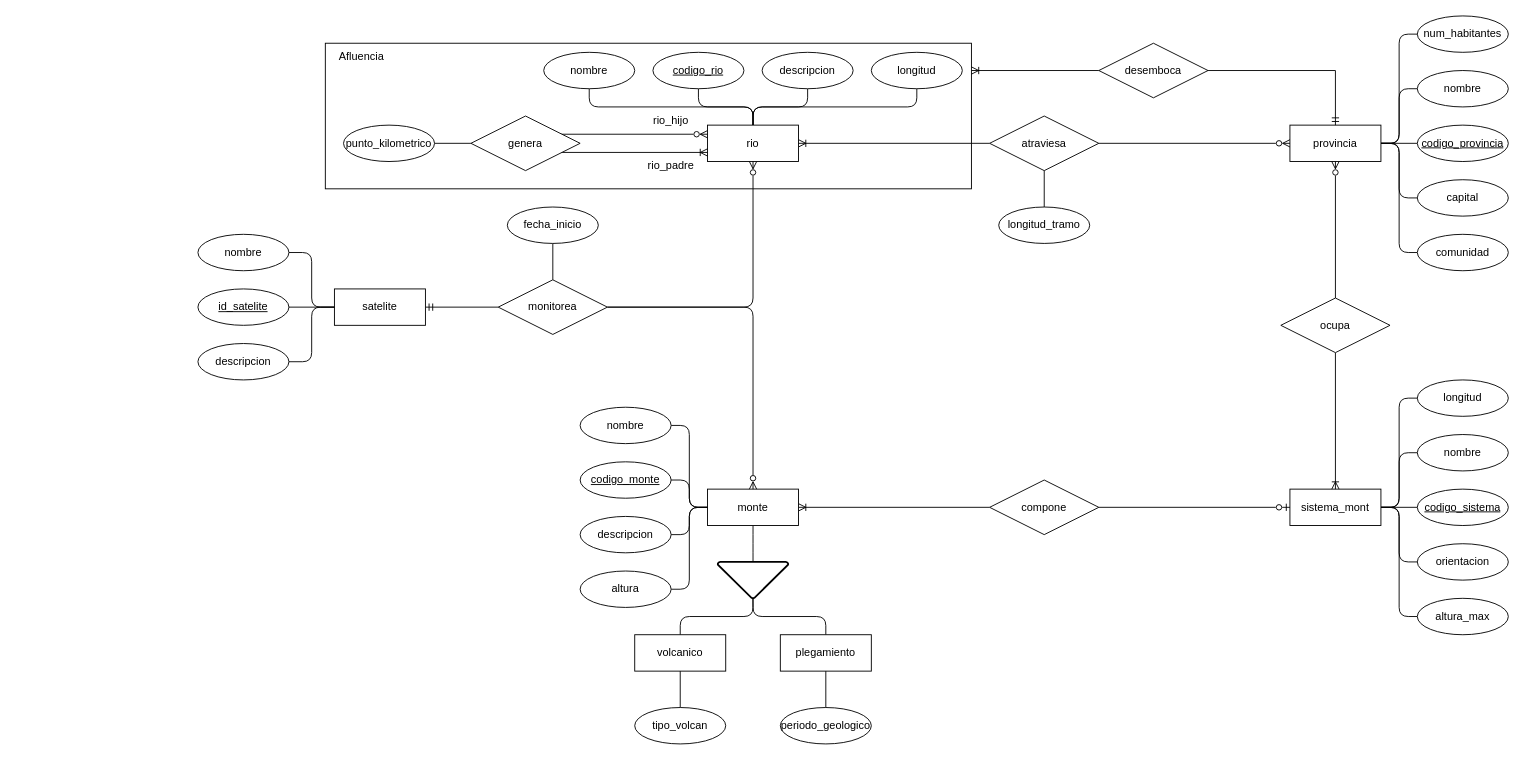
The draw.io diagram Activity-2.9.drawio in xmr-p/DatabaseCharts, before the edit. Source tidied: cells renumbered, new cells numbered last; positions are measured from the earlier drawing's top-left corner, leaving out a move shared by most shapes. Both pictures are drawn from the tidied source at 91%, with x=0, y=0 at pixel (197, 15).
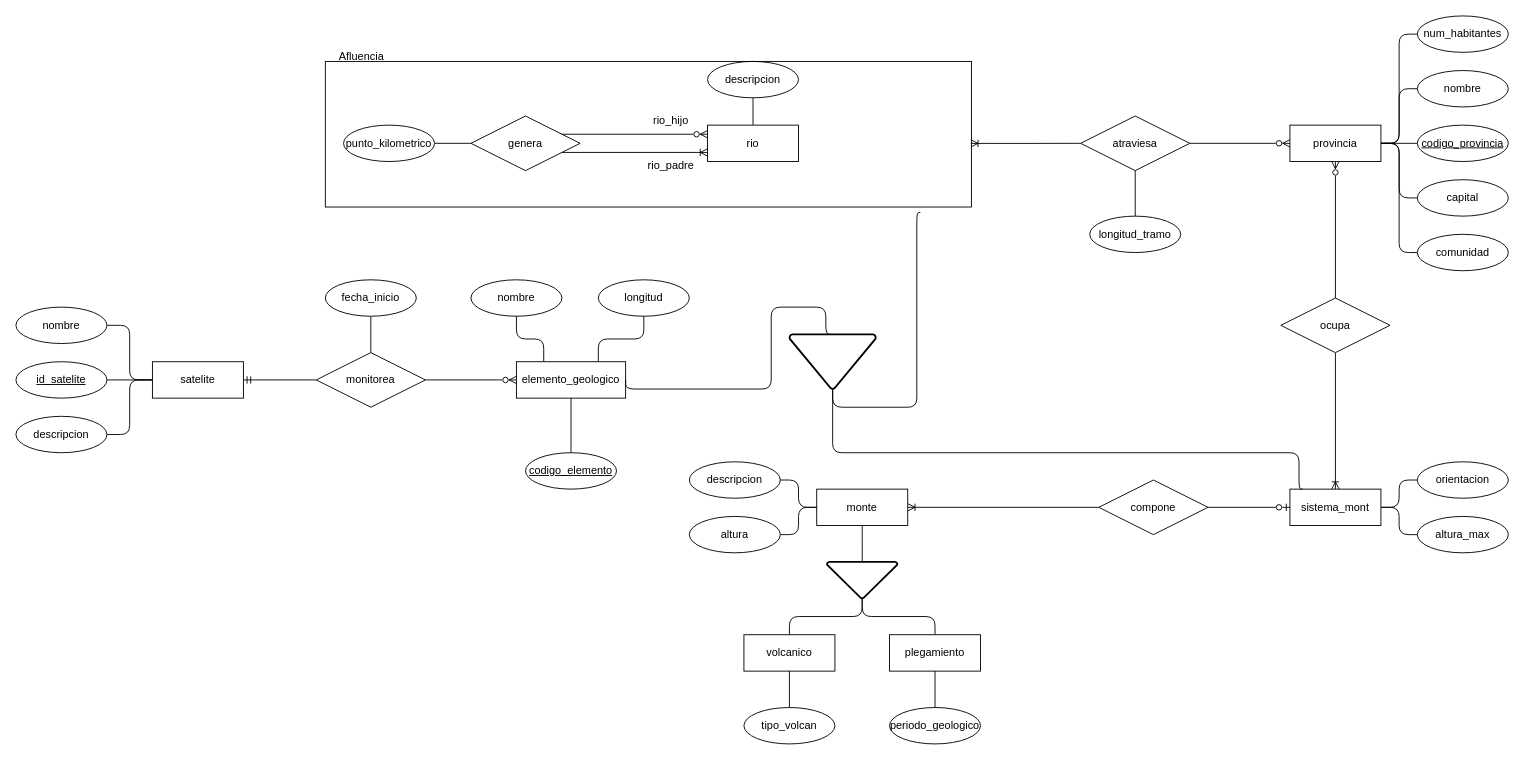
After the change.

Unchanged cells that the change refers to:
```xml
<mxCell id="7" value="sistema_mont" style="whiteSpace=wrap;html=1;align=center;" parent="1" vertex="1">
  <mxGeometry x="1200" y="520" width="100" height="40" as="geometry" />
</mxCell>
<mxCell id="16" value="provincia" style="whiteSpace=wrap;html=1;align=center;" parent="1" vertex="1">
  <mxGeometry x="1200" y="120" width="100" height="40" as="geometry" />
</mxCell>
<mxCell id="22" value="rio" style="whiteSpace=wrap;html=1;align=center;" parent="1" vertex="1">
  <mxGeometry x="560" y="120" width="100" height="40" as="geometry" />
</mxCell>
```

What changed in the source:
```diff
@@
-    <mxCell id="2" style="edgeStyle=orthogonalEdgeStyle;rounded=1;jettySize=auto;html=1;exitX=1;exitY=0.5;exitDx=0;exitDy=0;entryX=0;entryY=0.5;entryDx=0;entryDy=0;curved=0;endArrow=none;endFill=0;" parent="1" edge="1" source="7" target="42">
-      <mxGeometry relative="1" as="geometry" />
-    </mxCell>
-    <mxCell id="3" style="edgeStyle=orthogonalEdgeStyle;rounded=1;jettySize=auto;html=1;exitX=1;exitY=0.5;exitDx=0;exitDy=0;entryX=0;entryY=0.5;entryDx=0;entryDy=0;curved=0;endArrow=none;endFill=0;" parent="1" edge="1" source="7" target="40">
-      <mxGeometry relative="1" as="geometry" />
-    </mxCell>
-    <mxCell id="4" style="edgeStyle=orthogonalEdgeStyle;rounded=1;jettySize=auto;html=1;exitX=1;exitY=0.5;exitDx=0;exitDy=0;entryX=0;entryY=0.5;entryDx=0;entryDy=0;curved=0;endArrow=none;endFill=0;" parent="1" edge="1" source="7" target="38">
-      <mxGeometry relative="1" as="geometry" />
-    </mxCell>
@@
     <mxCell id="10" value="monte" style="whiteSpace=wrap;html=1;align=center;" parent="1" vertex="1">
-      <mxGeometry x="560" y="520" width="100" height="40" as="geometry" />
+      <mxGeometry x="680" y="520" width="100" height="40" as="geometry" />
     </mxCell>
@@
-    <mxCell id="17" style="edgeStyle=orthogonalEdgeStyle;rounded=1;jettySize=auto;html=1;exitX=0.5;exitY=0;exitDx=0;exitDy=0;entryX=0.5;entryY=1;entryDx=0;entryDy=0;curved=0;endArrow=none;endFill=0;" parent="1" edge="1" source="22" target="24">
-      <mxGeometry relative="1" as="geometry" />
-    </mxCell>
-    <mxCell id="18" style="edgeStyle=orthogonalEdgeStyle;rounded=1;jettySize=auto;html=1;exitX=0.5;exitY=0;exitDx=0;exitDy=0;entryX=0.5;entryY=1;entryDx=0;entryDy=0;curved=0;endArrow=none;endFill=0;" parent="1" edge="1" source="22" target="23">
-      <mxGeometry relative="1" as="geometry" />
-    </mxCell>
@@
-    <mxCell id="20" style="edgeStyle=orthogonalEdgeStyle;rounded=1;jettySize=auto;html=1;exitX=0.5;exitY=0;exitDx=0;exitDy=0;entryX=0.5;entryY=1;entryDx=0;entryDy=0;curved=0;endArrow=none;endFill=0;" parent="1" edge="1" source="22" target="26">
-      <mxGeometry relative="1" as="geometry" />
-    </mxCell>
-    <mxCell id="21" style="edgeStyle=orthogonalEdgeStyle;rounded=1;jettySize=auto;html=1;exitX=1;exitY=0.5;exitDx=0;exitDy=0;entryX=0;entryY=0.5;entryDx=0;entryDy=0;curved=0;endArrow=none;endFill=0;startArrow=ERoneToMany;startFill=0;" parent="1" edge="1" source="22" target="29">
+    <mxCell id="21" style="edgeStyle=orthogonalEdgeStyle;rounded=1;jettySize=auto;html=1;exitX=0.999;exitY=0.563;exitDx=0;exitDy=0;entryX=0;entryY=0.5;entryDx=0;entryDy=0;curved=0;endArrow=none;endFill=0;startArrow=ERoneToMany;startFill=0;exitPerimeter=0;" parent="1" edge="1" source="83" target="29">
       <mxGeometry relative="1" as="geometry" />
     </mxCell>
@@
-    <mxCell id="23" value="codigo_rio" style="ellipse;whiteSpace=wrap;html=1;align=center;fontStyle=4;" parent="1" vertex="1">
-      <mxGeometry x="500" y="40" width="100" height="40" as="geometry" />
-    </mxCell>
     <mxCell id="24" value="nombre" style="ellipse;whiteSpace=wrap;html=1;align=center;" parent="1" vertex="1">
-      <mxGeometry x="380" y="40" width="100" height="40" as="geometry" />
+      <mxGeometry x="300" y="290" width="100" height="40" as="geometry" />
     </mxCell>
     <mxCell id="25" value="descripcion" style="ellipse;whiteSpace=wrap;html=1;align=center;" parent="1" vertex="1">
-      <mxGeometry x="620" y="40" width="100" height="40" as="geometry" />
+      <mxGeometry x="560" y="50" width="100" height="40" as="geometry" />
     </mxCell>
     <mxCell id="26" value="longitud" style="ellipse;whiteSpace=wrap;html=1;align=center;" parent="1" vertex="1">
-      <mxGeometry x="740" y="40" width="100" height="40" as="geometry" />
+      <mxGeometry x="440" y="290" width="100" height="40" as="geometry" />
     </mxCell>
     <mxCell id="27" style="edgeStyle=orthogonalEdgeStyle;rounded=1;jettySize=auto;html=1;exitX=1;exitY=0.5;exitDx=0;exitDy=0;entryX=0;entryY=0.5;entryDx=0;entryDy=0;curved=0;endArrow=ERzeroToMany;endFill=0;" parent="1" edge="1" source="29" target="16">
-      <mxGeometry relative="1" as="geometry" />
+      <mxGeometry relative="1" as="geometry">
+        <Array as="points">
+          <mxPoint x="1100" y="140" />
+          <mxPoint x="1100" y="140" />
+        </Array>
+      </mxGeometry>
     </mxCell>
@@
     <mxCell id="29" value="atraviesa" style="shape=rhombus;perimeter=rhombusPerimeter;whiteSpace=wrap;html=1;align=center;" parent="1" vertex="1">
-      <mxGeometry x="870" y="110" width="120" height="60" as="geometry" />
+      <mxGeometry x="970" y="110" width="120" height="60" as="geometry" />
     </mxCell>
@@
     <mxCell id="31" value="longitud_tramo" style="ellipse;whiteSpace=wrap;html=1;align=center;" parent="1" vertex="1">
-      <mxGeometry x="880" y="210" width="100" height="40" as="geometry" />
+      <mxGeometry x="980" y="220" width="100" height="40" as="geometry" />
     </mxCell>
@@
     <mxCell id="37" value="compone" style="shape=rhombus;perimeter=rhombusPerimeter;whiteSpace=wrap;html=1;align=center;" parent="1" vertex="1">
-      <mxGeometry x="870" y="510" width="120" height="60" as="geometry" />
+      <mxGeometry x="990" y="510" width="120" height="60" as="geometry" />
     </mxCell>
-    <mxCell id="38" value="codigo_sistema" style="ellipse;whiteSpace=wrap;html=1;align=center;fontStyle=4;" parent="1" vertex="1">
-      <mxGeometry x="1340" y="520" width="100" height="40" as="geometry" />
-    </mxCell>
     <mxCell id="39" value="orientacion" style="ellipse;whiteSpace=wrap;html=1;align=center;" parent="1" vertex="1">
-      <mxGeometry x="1340" y="580" width="100" height="40" as="geometry" />
+      <mxGeometry x="1340" y="490" width="100" height="40" as="geometry" />
     </mxCell>
-    <mxCell id="40" value="nombre" style="ellipse;whiteSpace=wrap;html=1;align=center;" parent="1" vertex="1">
-      <mxGeometry x="1340" y="460" width="100" height="40" as="geometry" />
-    </mxCell>
     <mxCell id="41" value="altura_max" style="ellipse;whiteSpace=wrap;html=1;align=center;" parent="1" vertex="1">
-      <mxGeometry x="1340" y="640" width="100" height="40" as="geometry" />
+      <mxGeometry x="1340" y="550" width="100" height="40" as="geometry" />
     </mxCell>
-    <mxCell id="42" value="longitud" style="ellipse;whiteSpace=wrap;html=1;align=center;" parent="1" vertex="1">
-      <mxGeometry x="1340" y="400" width="100" height="40" as="geometry" />
-    </mxCell>
@@
     <mxCell id="44" value="satelite" style="whiteSpace=wrap;html=1;align=center;" parent="1" vertex="1">
-      <mxGeometry x="150" y="300" width="100" height="40" as="geometry" />
+      <mxGeometry x="-50" y="380" width="100" height="40" as="geometry" />
     </mxCell>
-    <mxCell id="45" style="edgeStyle=orthogonalEdgeStyle;rounded=1;jettySize=auto;html=1;exitX=1;exitY=0.5;exitDx=0;exitDy=0;entryX=0.5;entryY=1;entryDx=0;entryDy=0;curved=0;endArrow=ERzeroToMany;endFill=0;" parent="1" edge="1" source="48" target="22">
-      <mxGeometry relative="1" as="geometry" />
-    </mxCell>
-    <mxCell id="46" style="edgeStyle=orthogonalEdgeStyle;rounded=1;jettySize=auto;html=1;exitX=1;exitY=0.5;exitDx=0;exitDy=0;entryX=0.5;entryY=0;entryDx=0;entryDy=0;curved=0;endArrow=ERzeroToMany;endFill=0;" parent="1" edge="1" source="48" target="10">
-      <mxGeometry relative="1" as="geometry" />
-    </mxCell>
-    <mxCell id="47" style="edgeStyle=orthogonalEdgeStyle;rounded=1;jettySize=auto;html=1;exitX=0.5;exitY=0;exitDx=0;exitDy=0;entryX=0.5;entryY=1;entryDx=0;entryDy=0;curved=0;endArrow=none;endFill=0;" parent="1" edge="1" source="48" target="75">
-      <mxGeometry relative="1" as="geometry" />
-    </mxCell>
+    <mxCell id="88" style="edgeStyle=orthogonalEdgeStyle;rounded=0;jettySize=auto;html=1;exitX=1;exitY=0.5;exitDx=0;exitDy=0;entryX=0;entryY=0.5;entryDx=0;entryDy=0;endArrow=ERzeroToMany;endFill=0;" parent="1" edge="1" source="48" target="91">
+      <mxGeometry relative="1" as="geometry" />
+    </mxCell>
     <mxCell id="48" value="monitorea" style="shape=rhombus;perimeter=rhombusPerimeter;whiteSpace=wrap;html=1;align=center;" parent="1" vertex="1">
-      <mxGeometry x="330" y="290" width="120" height="60" as="geometry" />
+      <mxGeometry x="130" y="370" width="120" height="60" as="geometry" />
     </mxCell>
@@
     <mxCell id="51" style="strokeWidth=2;html=1;shape=mxgraph.flowchart.merge_or_storage;whiteSpace=wrap;" parent="1" vertex="1">
-      <mxGeometry x="571.2" y="600" width="77.5" height="40" as="geometry" />
+      <mxGeometry x="691.2" y="600" width="77.5" height="40" as="geometry" />
     </mxCell>
     <mxCell id="52" value="plegamiento" style="whiteSpace=wrap;html=1;align=center;" parent="1" vertex="1">
-      <mxGeometry x="640" y="680" width="100" height="40" as="geometry" />
+      <mxGeometry x="760" y="680" width="100" height="40" as="geometry" />
     </mxCell>
     <mxCell id="53" value="volcanico" style="whiteSpace=wrap;html=1;align=center;" parent="1" vertex="1">
-      <mxGeometry x="480" y="680" width="100" height="40" as="geometry" />
+      <mxGeometry x="600" y="680" width="100" height="40" as="geometry" />
     </mxCell>
@@
-    <mxCell id="57" style="edgeStyle=orthogonalEdgeStyle;rounded=1;jettySize=auto;html=1;exitX=1;exitY=0.5;exitDx=0;exitDy=0;entryX=0;entryY=0.5;entryDx=0;entryDy=0;curved=0;endArrow=none;endFill=0;" parent="1" edge="1" source="58" target="10">
-      <mxGeometry relative="1" as="geometry" />
-    </mxCell>
-    <mxCell id="58" value="codigo_monte" style="ellipse;whiteSpace=wrap;html=1;align=center;fontStyle=4;" parent="1" vertex="1">
-      <mxGeometry x="420" y="490" width="100" height="40" as="geometry" />
-    </mxCell>
@@
     <mxCell id="60" value="descripcion" style="ellipse;whiteSpace=wrap;html=1;align=center;" parent="1" vertex="1">
-      <mxGeometry x="420" y="550" width="100" height="40" as="geometry" />
+      <mxGeometry x="540" y="490" width="100" height="40" as="geometry" />
     </mxCell>
-    <mxCell id="61" style="edgeStyle=orthogonalEdgeStyle;rounded=1;jettySize=auto;html=1;exitX=1;exitY=0.5;exitDx=0;exitDy=0;entryX=0;entryY=0.5;entryDx=0;entryDy=0;curved=0;endArrow=none;endFill=0;" parent="1" edge="1" source="62" target="10">
-      <mxGeometry relative="1" as="geometry" />
-    </mxCell>
-    <mxCell id="62" value="nombre" style="ellipse;whiteSpace=wrap;html=1;align=center;" parent="1" vertex="1">
-      <mxGeometry x="420" y="430" width="100" height="40" as="geometry" />
-    </mxCell>
@@
     <mxCell id="64" value="altura" style="ellipse;whiteSpace=wrap;html=1;align=center;" parent="1" vertex="1">
-      <mxGeometry x="420" y="610" width="100" height="40" as="geometry" />
+      <mxGeometry x="540" y="550" width="100" height="40" as="geometry" />
     </mxCell>
@@
     <mxCell id="66" value="periodo_geologico" style="ellipse;whiteSpace=wrap;html=1;align=center;" parent="1" vertex="1">
-      <mxGeometry x="640" y="760" width="100" height="40" as="geometry" />
+      <mxGeometry x="760" y="760" width="100" height="40" as="geometry" />
     </mxCell>
@@
     <mxCell id="68" value="tipo_volcan" style="ellipse;whiteSpace=wrap;html=1;align=center;" parent="1" vertex="1">
-      <mxGeometry x="480" y="760" width="100" height="40" as="geometry" />
+      <mxGeometry x="600" y="760" width="100" height="40" as="geometry" />
     </mxCell>
@@
     <mxCell id="70" value="id_satelite" style="ellipse;whiteSpace=wrap;html=1;align=center;fontStyle=4;" parent="1" vertex="1">
-      <mxGeometry y="300" width="100" height="40" as="geometry" />
+      <mxGeometry x="-200" y="380" width="100" height="40" as="geometry" />
     </mxCell>
@@
     <mxCell id="72" value="nombre" style="ellipse;whiteSpace=wrap;html=1;align=center;" parent="1" vertex="1">
-      <mxGeometry y="240" width="100" height="40" as="geometry" />
+      <mxGeometry x="-200" y="320" width="100" height="40" as="geometry" />
     </mxCell>
@@
     <mxCell id="74" value="descripcion" style="ellipse;whiteSpace=wrap;html=1;align=center;" parent="1" vertex="1">
-      <mxGeometry y="360" width="100" height="40" as="geometry" />
+      <mxGeometry x="-200" y="440" width="100" height="40" as="geometry" />
     </mxCell>
-    <mxCell id="75" value="fecha_inicio" style="ellipse;whiteSpace=wrap;html=1;align=center;" parent="1" vertex="1">
-      <mxGeometry x="340" y="210" width="100" height="40" as="geometry" />
-    </mxCell>
@@
+    <mxCell id="84" value="Afluencia" style="text;html=1;align=center;verticalAlign=middle;whiteSpace=wrap;rounded=0;" parent="1" vertex="1">
+      <mxGeometry x="150" y="30" width="60" height="30" as="geometry" />
+    </mxCell>
+    <mxCell id="47" style="edgeStyle=orthogonalEdgeStyle;rounded=1;jettySize=auto;html=1;exitX=0.5;exitY=0;exitDx=0;exitDy=0;entryX=0.5;entryY=1;entryDx=0;entryDy=0;curved=0;endArrow=none;endFill=0;" parent="1" edge="1" source="48" target="75">
+      <mxGeometry relative="1" as="geometry" />
+    </mxCell>
+    <mxCell id="89" style="edgeStyle=orthogonalEdgeStyle;rounded=1;jettySize=auto;html=1;exitX=0.25;exitY=0;exitDx=0;exitDy=0;entryX=0.5;entryY=1;entryDx=0;entryDy=0;curved=0;endArrow=none;endFill=0;" parent="1" edge="1" source="91" target="24">
+      <mxGeometry relative="1" as="geometry" />
+    </mxCell>
+    <mxCell id="90" style="edgeStyle=orthogonalEdgeStyle;rounded=1;jettySize=auto;html=1;exitX=0.75;exitY=0;exitDx=0;exitDy=0;entryX=0.5;entryY=1;entryDx=0;entryDy=0;endArrow=none;endFill=0;curved=0;" parent="1" edge="1" source="91" target="26">
+      <mxGeometry relative="1" as="geometry" />
+    </mxCell>
+    <mxCell id="91" value="elemento_geologico" style="whiteSpace=wrap;html=1;align=center;" parent="1" vertex="1">
+      <mxGeometry x="350" y="380" width="120" height="40" as="geometry" />
+    </mxCell>
+    <mxCell id="92" style="edgeStyle=orthogonalEdgeStyle;rounded=1;jettySize=auto;html=1;entryX=1;entryY=0.5;entryDx=0;entryDy=0;curved=0;endArrow=none;endFill=0;exitX=0.5;exitY=0;exitDx=0;exitDy=0;exitPerimeter=0;" parent="1" edge="1" source="93" target="91">
+      <mxGeometry relative="1" as="geometry">
+        <Array as="points">
+          <mxPoint x="690" y="350" />
+          <mxPoint x="690" y="320" />
+          <mxPoint x="630" y="320" />
+          <mxPoint x="630" y="410" />
+          <mxPoint x="470" y="410" />
+        </Array>
+      </mxGeometry>
+    </mxCell>
+    <mxCell id="93" style="strokeWidth=2;html=1;shape=mxgraph.flowchart.merge_or_storage;whiteSpace=wrap;" parent="1" vertex="1">
+      <mxGeometry x="650" y="350" width="95" height="60" as="geometry" />
+    </mxCell>
+    <mxCell id="94" style="edgeStyle=orthogonalEdgeStyle;rounded=1;jettySize=auto;html=1;exitX=0.921;exitY=1.038;exitDx=0;exitDy=0;curved=0;endArrow=none;endFill=0;entryX=0.5;entryY=1;entryDx=0;entryDy=0;entryPerimeter=0;exitPerimeter=0;" parent="1" edge="1" source="83" target="93">
+      <mxGeometry relative="1" as="geometry">
+        <Array as="points">
+          <mxPoint x="790" y="216" />
+          <mxPoint x="790" y="430" />
+          <mxPoint x="698" y="430" />
+        </Array>
+      </mxGeometry>
+    </mxCell>
+    <mxCell id="95" style="edgeStyle=orthogonalEdgeStyle;rounded=1;jettySize=auto;html=1;exitX=0.14;exitY=0;exitDx=0;exitDy=0;curved=0;endArrow=none;endFill=0;exitPerimeter=0;entryX=0.5;entryY=1;entryDx=0;entryDy=0;entryPerimeter=0;" parent="1" edge="1" source="7" target="93">
+      <mxGeometry relative="1" as="geometry">
+        <Array as="points">
+          <mxPoint x="1210" y="520" />
+          <mxPoint x="1210" y="480" />
+          <mxPoint x="698" y="480" />
+        </Array>
+      </mxGeometry>
+    </mxCell>
+    <mxCell id="75" value="fecha_inicio" style="ellipse;whiteSpace=wrap;html=1;align=center;" parent="1" vertex="1">
+      <mxGeometry x="140" y="290" width="100" height="40" as="geometry" />
+    </mxCell>
+    <mxCell id="96" style="edgeStyle=orthogonalEdgeStyle;rounded=1;jettySize=auto;html=1;exitX=0.5;exitY=0;exitDx=0;exitDy=0;entryX=0.5;entryY=1;entryDx=0;entryDy=0;curved=0;endArrow=none;endFill=0;" parent="1" edge="1" source="97" target="91">
+      <mxGeometry relative="1" as="geometry" />
+    </mxCell>
+    <mxCell id="97" value="codigo_elemento" style="ellipse;whiteSpace=wrap;html=1;align=center;fontStyle=4;" parent="1" vertex="1">
+      <mxGeometry x="360" y="480" width="100" height="40" as="geometry" />
+    </mxCell>
     <mxCell id="83" style="rounded=0;whiteSpace=wrap;html=1;fillColor=none;" parent="1" vertex="1">
-      <mxGeometry x="140" y="30" width="710" height="160" as="geometry" />
+      <mxGeometry x="140" y="50" width="710" height="160" as="geometry" />
     </mxCell>
-    <mxCell id="84" value="Afluencia" style="text;html=1;align=center;verticalAlign=middle;whiteSpace=wrap;rounded=0;" parent="1" vertex="1">
-      <mxGeometry x="150" y="30" width="60" height="30" as="geometry" />
-    </mxCell>
-    <mxCell id="85" style="edgeStyle=orthogonalEdgeStyle;rounded=0;jettySize=auto;html=1;exitX=1;exitY=0.5;exitDx=0;exitDy=0;entryX=0.5;entryY=0;entryDx=0;entryDy=0;endArrow=ERmandOne;endFill=0;" parent="1" edge="1" source="86" target="16">
-      <mxGeometry relative="1" as="geometry" />
-    </mxCell>
-    <mxCell id="86" value="desemboca" style="shape=rhombus;perimeter=rhombusPerimeter;whiteSpace=wrap;html=1;align=center;" parent="1" vertex="1">
-      <mxGeometry x="990" y="30" width="120" height="60" as="geometry" />
-    </mxCell>
-    <mxCell id="87" style="edgeStyle=orthogonalEdgeStyle;rounded=0;jettySize=auto;html=1;exitX=0;exitY=0.5;exitDx=0;exitDy=0;endArrow=ERoneToMany;endFill=0;" parent="1" edge="1" source="86">
-      <mxGeometry relative="1" as="geometry">
-        <mxPoint x="850" y="60" as="targetPoint" />
-        <Array as="points">
-          <mxPoint x="849" y="60" />
-        </Array>
-      </mxGeometry>
-    </mxCell>
```
